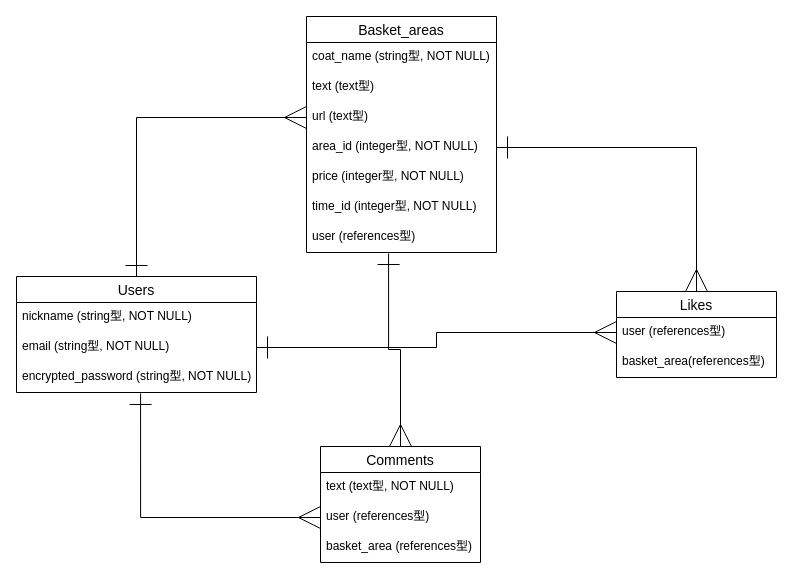
kurage0516/basket-coat-post keeps this draw.io diagram as ER.dio. Above is the earlier version. Source tidied: cells renumbered, new cells numbered last; positions are measured from the earlier drawing's top-left corner, leaving out a move shared by most shapes. Both pictures are drawn from the tidied source at 100%, with x=0, y=0 at pixel (16, 16).
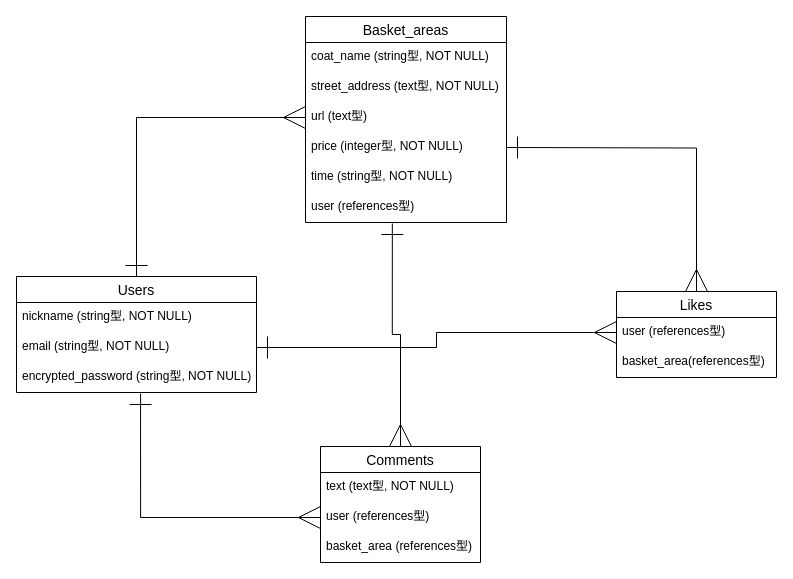
Above is the later version.

The change refers to these unchanged cells:
```xml
<mxCell id="20" value="Likes" style="swimlane;fontStyle=0;horizontal=1;startSize=26;align=center;fontSize=14;" parent="1" vertex="1">
  <mxGeometry x="600" y="275" width="160" height="86" as="geometry" />
</mxCell>
```

Change to the diagram source:
```diff
@@
     <mxCell id="7" value="Basket_areas" style="swimlane;fontStyle=0;horizontal=1;startSize=26;align=center;fontSize=14;" parent="1" vertex="1">
-      <mxGeometry x="290" width="190" height="236" as="geometry" />
+      <mxGeometry x="289" width="201" height="206" as="geometry" />
     </mxCell>
     <mxCell id="8" value="coat_name (string型, NOT NULL)" style="text;strokeColor=none;fillColor=none;spacingLeft=4;spacingRight=4;overflow=hidden;fontSize=12;" parent="7" vertex="1">
-      <mxGeometry y="26" width="190" height="30" as="geometry" />
+      <mxGeometry y="26" width="201" height="30" as="geometry" />
     </mxCell>
-    <mxCell id="9" value="text (text型)" style="text;strokeColor=none;fillColor=none;spacingLeft=4;spacingRight=4;overflow=hidden;fontSize=12;" parent="7" vertex="1">
-      <mxGeometry y="56" width="190" height="30" as="geometry" />
+    <mxCell id="9" value="street_address (text型, NOT NULL)" style="text;strokeColor=none;fillColor=none;spacingLeft=4;spacingRight=4;overflow=hidden;fontSize=12;" parent="7" vertex="1">
+      <mxGeometry y="56" width="201" height="30" as="geometry" />
     </mxCell>
     <mxCell id="10" value="url (text型)" style="text;strokeColor=none;fillColor=none;spacingLeft=4;spacingRight=4;overflow=hidden;points=[[0,0.5],[1,0.5]];portConstraint=eastwest;fontSize=12;" parent="7" vertex="1">
-      <mxGeometry y="86" width="190" height="30" as="geometry" />
+      <mxGeometry y="86" width="201" height="30" as="geometry" />
     </mxCell>
-    <mxCell id="11" value="area_id (integer型, NOT NULL)" style="text;strokeColor=none;fillColor=none;spacingLeft=4;spacingRight=4;overflow=hidden;points=[[0,0.5],[1,0.5]];portConstraint=eastwest;fontSize=12;" parent="7" vertex="1">
-      <mxGeometry y="116" width="190" height="30" as="geometry" />
-    </mxCell>
     <mxCell id="12" value="price (integer型, NOT NULL)" style="text;strokeColor=none;fillColor=none;spacingLeft=4;spacingRight=4;overflow=hidden;fontSize=12;" parent="7" vertex="1">
-      <mxGeometry y="146" width="190" height="30" as="geometry" />
+      <mxGeometry y="116" width="201" height="30" as="geometry" />
     </mxCell>
-    <mxCell id="13" value="time_id (integer型, NOT NULL)" style="text;strokeColor=none;fillColor=none;spacingLeft=4;spacingRight=4;overflow=hidden;fontSize=12;" parent="7" vertex="1">
-      <mxGeometry y="176" width="190" height="30" as="geometry" />
+    <mxCell id="13" value="time (string型, NOT NULL)" style="text;strokeColor=none;fillColor=none;spacingLeft=4;spacingRight=4;overflow=hidden;fontSize=12;" parent="7" vertex="1">
+      <mxGeometry y="146" width="201" height="30" as="geometry" />
     </mxCell>
     <mxCell id="14" value="user (references型)" style="text;strokeColor=none;fillColor=none;spacingLeft=4;spacingRight=4;overflow=hidden;points=[[0,0.5],[1,0.5]];portConstraint=eastwest;fontSize=12;" parent="7" vertex="1">
-      <mxGeometry y="206" width="190" height="30" as="geometry" />
+      <mxGeometry y="176" width="201" height="30" as="geometry" />
     </mxCell>
@@
-    <mxCell id="25" style="edgeStyle=orthogonalEdgeStyle;rounded=0;jettySize=auto;html=1;exitX=1;exitY=0.5;exitDx=0;exitDy=0;entryX=0.5;entryY=0;entryDx=0;entryDy=0;startArrow=ERone;startFill=0;startSize=20;endArrow=ERmany;endFill=0;endSize=20;" parent="1" edge="1" source="11" target="20">
-      <mxGeometry relative="1" as="geometry" />
+    <mxCell id="25" style="edgeStyle=orthogonalEdgeStyle;rounded=0;jettySize=auto;html=1;entryX=0.5;entryY=0;entryDx=0;entryDy=0;startArrow=ERone;startFill=0;startSize=20;endArrow=ERmany;endFill=0;endSize=20;" parent="1" edge="1" target="20">
+      <mxGeometry relative="1" as="geometry">
+        <mxPoint x="490" y="131" as="sourcePoint" />
+      </mxGeometry>
     </mxCell>
```
